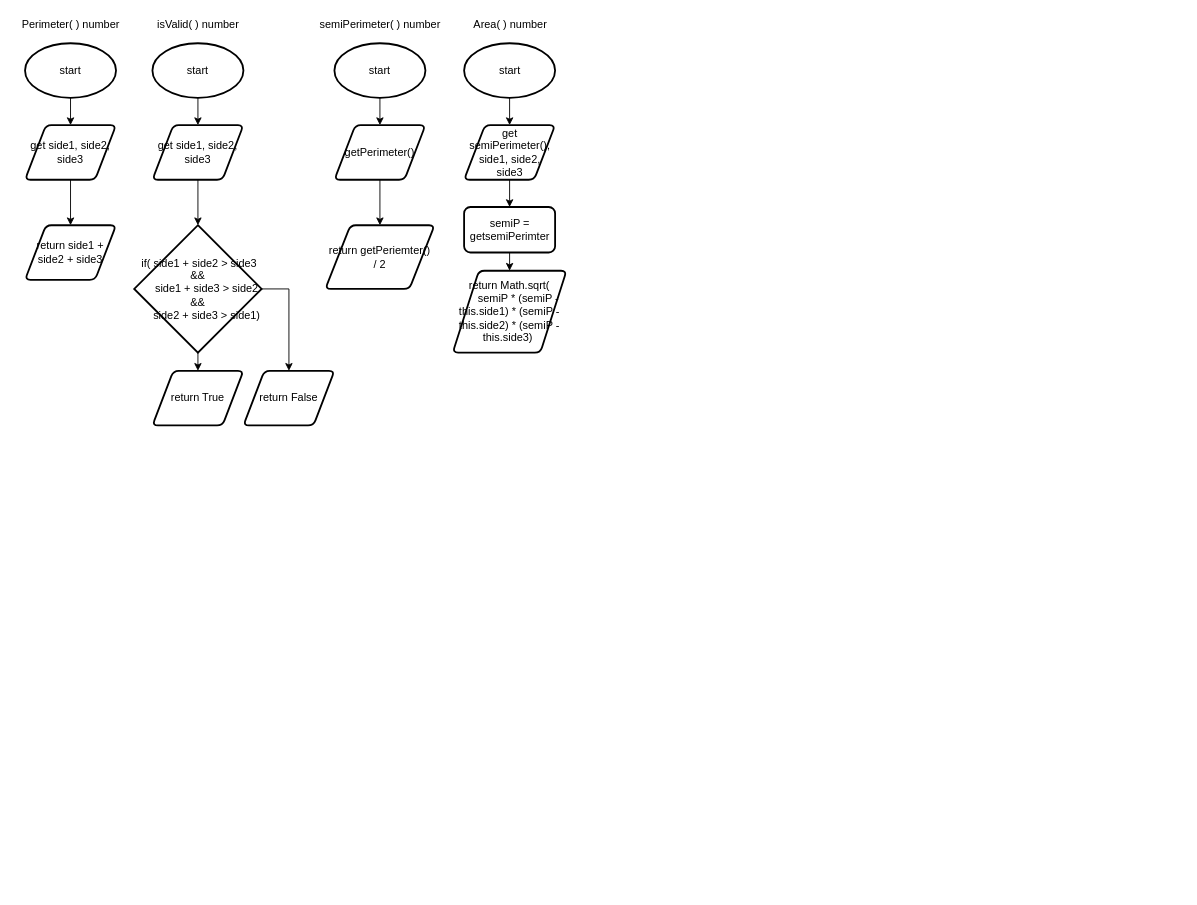
Earlier version of the draw.io diagram Drawio/methods.drawio (Peter-Gemmell/ics4u-Assignment3-typescript). Source tidied: cells renumbered, new cells numbered last; positions are measured from the earlier drawing's top-left corner, leaving out a move shared by most shapes. Both pictures are drawn from the tidied source at 91%, with x=0, y=0 at pixel (15, 15).
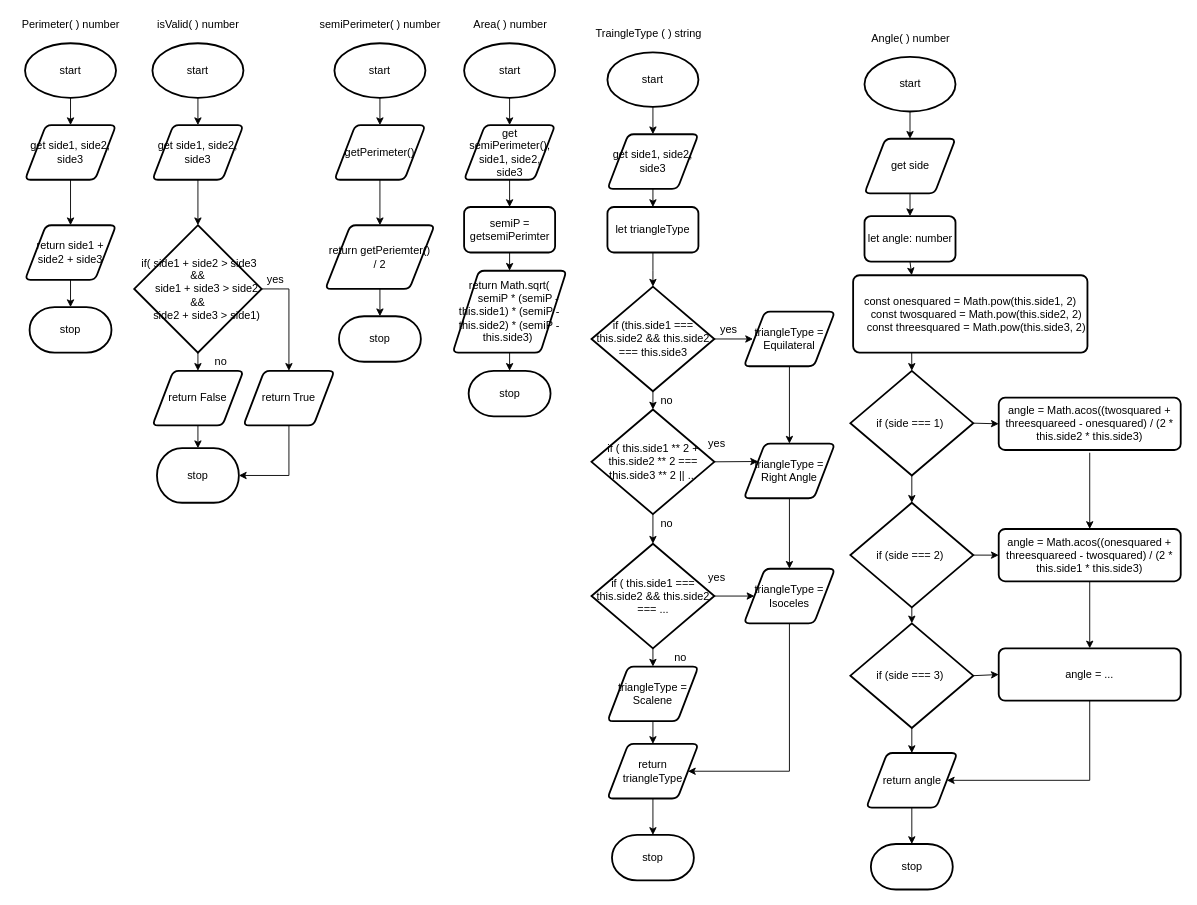
After the change.

Unchanged cells that the change refers to:
```xml
<mxCell id="7" value="return side1 + side2 + side3" style="shape=parallelogram;html=1;strokeWidth=2;perimeter=parallelogramPerimeter;whiteSpace=wrap;rounded=1;arcSize=12;size=0.23;" parent="1" vertex="1">
  <mxGeometry x="10" y="230" width="100" height="60" as="geometry" />
</mxCell>
<mxCell id="23" value="return getPeriemter() / 2" style="shape=parallelogram;html=1;strokeWidth=2;perimeter=parallelogramPerimeter;whiteSpace=wrap;rounded=1;arcSize=12;size=0.23;" parent="1" vertex="1">
  <mxGeometry x="340" y="230" width="120" height="70" as="geometry" />
</mxCell>
<mxCell id="29" value="return&amp;nbsp;&lt;span&gt;Math.sqrt(&lt;br&gt;&lt;/span&gt;&lt;span&gt;&amp;nbsp; &amp;nbsp; &amp;nbsp; semiP * (semiP - this.side1) * (semiP - this.side2) * (semiP - this.side3)&lt;/span&gt;&amp;nbsp;" style="shape=parallelogram;html=1;strokeWidth=2;perimeter=parallelogramPerimeter;whiteSpace=wrap;rounded=1;arcSize=12;size=0.23;" parent="1" vertex="1">
  <mxGeometry x="480" y="280" width="125" height="90" as="geometry" />
</mxCell>
```

The edit, as a diff of the source:
```diff
@@
+    <mxCell id="32" style="edgeStyle=none;html=1;exitX=0.5;exitY=1;exitDx=0;exitDy=0;entryX=0.5;entryY=0;entryDx=0;entryDy=0;entryPerimeter=0;" parent="1" edge="1" source="7" target="44">
+      <mxGeometry relative="1" as="geometry" />
+    </mxCell>
@@
+    <mxCell id="33" style="edgeStyle=none;html=1;exitX=0.5;exitY=1;exitDx=0;exitDy=0;entryX=0.5;entryY=0;entryDx=0;entryDy=0;entryPerimeter=0;" parent="1" edge="1" source="16" target="45">
+      <mxGeometry relative="1" as="geometry" />
+    </mxCell>
-    <mxCell id="16" value="return True" style="shape=parallelogram;html=1;strokeWidth=2;perimeter=parallelogramPerimeter;whiteSpace=wrap;rounded=1;arcSize=12;size=0.23;" parent="1" vertex="1">
+    <mxCell id="16" value="return False" style="shape=parallelogram;html=1;strokeWidth=2;perimeter=parallelogramPerimeter;whiteSpace=wrap;rounded=1;arcSize=12;size=0.23;" parent="1" vertex="1">
       <mxGeometry x="150" y="390" width="100" height="60" as="geometry" />
     </mxCell>
+    <mxCell id="34" style="edgeStyle=none;html=1;exitX=0.5;exitY=1;exitDx=0;exitDy=0;entryX=1;entryY=0.5;entryDx=0;entryDy=0;entryPerimeter=0;rounded=0;" parent="1" edge="1" source="17" target="45">
+      <mxGeometry relative="1" as="geometry">
+        <Array as="points">
+          <mxPoint x="300" y="505" />
+        </Array>
+      </mxGeometry>
+    </mxCell>
-    <mxCell id="17" value="return False" style="shape=parallelogram;html=1;strokeWidth=2;perimeter=parallelogramPerimeter;whiteSpace=wrap;rounded=1;arcSize=12;size=0.23;" parent="1" vertex="1">
+    <mxCell id="17" value="return True" style="shape=parallelogram;html=1;strokeWidth=2;perimeter=parallelogramPerimeter;whiteSpace=wrap;rounded=1;arcSize=12;size=0.23;" parent="1" vertex="1">
       <mxGeometry x="250" y="390" width="100" height="60" as="geometry" />
     </mxCell>
@@
+    <mxCell id="35" style="edgeStyle=none;rounded=0;html=1;exitX=0.5;exitY=1;exitDx=0;exitDy=0;entryX=0.5;entryY=0;entryDx=0;entryDy=0;entryPerimeter=0;" parent="1" edge="1" source="23" target="46">
+      <mxGeometry relative="1" as="geometry" />
+    </mxCell>
@@
+    <mxCell id="36" style="edgeStyle=none;rounded=0;html=1;exitX=0.5;exitY=1;exitDx=0;exitDy=0;entryX=0.5;entryY=0;entryDx=0;entryDy=0;entryPerimeter=0;" parent="1" edge="1" source="29" target="47">
+      <mxGeometry relative="1" as="geometry" />
+    </mxCell>
@@
+    <mxCell id="37" value="TraingleType ( ) string" style="text;html=1;align=center;verticalAlign=middle;strokeColor=none;fillColor=none;" parent="1" vertex="1">
+      <mxGeometry x="630" y="10" width="130" height="20" as="geometry" />
+    </mxCell>
+    <mxCell id="38" style="edgeStyle=none;html=1;exitX=0.5;exitY=1;exitDx=0;exitDy=0;exitPerimeter=0;entryX=0.5;entryY=0;entryDx=0;entryDy=0;" parent="1" edge="1" source="39" target="41">
+      <mxGeometry relative="1" as="geometry" />
+    </mxCell>
+    <mxCell id="39" value="start" style="strokeWidth=2;html=1;shape=mxgraph.flowchart.start_1;whiteSpace=wrap;" parent="1" vertex="1">
+      <mxGeometry x="650" y="40" width="100" height="60" as="geometry" />
+    </mxCell>
+    <mxCell id="40" style="edgeStyle=none;rounded=0;html=1;exitX=0.5;exitY=1;exitDx=0;exitDy=0;entryX=0.5;entryY=0;entryDx=0;entryDy=0;" parent="1" edge="1" source="41" target="43">
+      <mxGeometry relative="1" as="geometry" />
+    </mxCell>
+    <mxCell id="41" value="get side1, side2, side3" style="shape=parallelogram;html=1;strokeWidth=2;perimeter=parallelogramPerimeter;whiteSpace=wrap;rounded=1;arcSize=12;size=0.23;" parent="1" vertex="1">
+      <mxGeometry x="650" y="130" width="100" height="60" as="geometry" />
+    </mxCell>
+    <mxCell id="42" style="edgeStyle=none;rounded=0;html=1;exitX=0.5;exitY=1;exitDx=0;exitDy=0;entryX=0.5;entryY=0;entryDx=0;entryDy=0;entryPerimeter=0;" parent="1" edge="1" source="43" target="50">
+      <mxGeometry relative="1" as="geometry">
+        <Array as="points">
+          <mxPoint x="700" y="280" />
+        </Array>
+      </mxGeometry>
+    </mxCell>
+    <mxCell id="43" value="let triangleType" style="rounded=1;whiteSpace=wrap;html=1;absoluteArcSize=1;arcSize=14;strokeWidth=2;" parent="1" vertex="1">
+      <mxGeometry x="650" y="210" width="100" height="50" as="geometry" />
+    </mxCell>
+    <mxCell id="44" value="stop" style="strokeWidth=2;html=1;shape=mxgraph.flowchart.terminator;whiteSpace=wrap;" parent="1" vertex="1">
+      <mxGeometry x="15" y="320" width="90" height="50" as="geometry" />
+    </mxCell>
+    <mxCell id="45" value="stop" style="strokeWidth=2;html=1;shape=mxgraph.flowchart.terminator;whiteSpace=wrap;" parent="1" vertex="1">
+      <mxGeometry x="155" y="475" width="90" height="60" as="geometry" />
+    </mxCell>
+    <mxCell id="46" value="stop" style="strokeWidth=2;html=1;shape=mxgraph.flowchart.terminator;whiteSpace=wrap;" parent="1" vertex="1">
+      <mxGeometry x="355" y="330" width="90" height="50" as="geometry" />
+    </mxCell>
+    <mxCell id="47" value="stop" style="strokeWidth=2;html=1;shape=mxgraph.flowchart.terminator;whiteSpace=wrap;" parent="1" vertex="1">
+      <mxGeometry x="497.5" y="390" width="90" height="50" as="geometry" />
+    </mxCell>
+    <mxCell id="48" style="edgeStyle=none;rounded=0;html=1;exitX=1;exitY=0.5;exitDx=0;exitDy=0;exitPerimeter=0;" parent="1" edge="1" source="50">
+      <mxGeometry relative="1" as="geometry">
+        <mxPoint x="810" y="355" as="targetPoint" />
+      </mxGeometry>
+    </mxCell>
+    <mxCell id="49" style="edgeStyle=none;rounded=0;html=1;exitX=0.5;exitY=1;exitDx=0;exitDy=0;exitPerimeter=0;entryX=0.5;entryY=0;entryDx=0;entryDy=0;entryPerimeter=0;" parent="1" edge="1" source="50" target="55">
+      <mxGeometry relative="1" as="geometry" />
+    </mxCell>
+    <mxCell id="50" value="if (this.side1 === this.side2 &amp;amp;&amp;amp; this.side2 === this.side3" style="strokeWidth=2;html=1;shape=mxgraph.flowchart.decision;whiteSpace=wrap;" parent="1" vertex="1">
+      <mxGeometry x="632.5" y="297.5" width="135" height="115" as="geometry" />
+    </mxCell>
+    <mxCell id="51" style="edgeStyle=none;rounded=0;html=1;exitX=0.5;exitY=1;exitDx=0;exitDy=0;entryX=0.5;entryY=0;entryDx=0;entryDy=0;" parent="1" edge="1" source="52" target="61">
+      <mxGeometry relative="1" as="geometry" />
+    </mxCell>
+    <mxCell id="52" value="triangleType = Equilateral" style="shape=parallelogram;html=1;strokeWidth=2;perimeter=parallelogramPerimeter;whiteSpace=wrap;rounded=1;arcSize=12;size=0.23;" parent="1" vertex="1">
+      <mxGeometry x="800" y="325" width="100" height="60" as="geometry" />
+    </mxCell>
+    <mxCell id="53" style="edgeStyle=none;rounded=0;html=1;exitX=1;exitY=0.5;exitDx=0;exitDy=0;exitPerimeter=0;entryX=0;entryY=0.25;entryDx=0;entryDy=0;" parent="1" edge="1" source="55" target="61">
+      <mxGeometry relative="1" as="geometry" />
+    </mxCell>
+    <mxCell id="54" style="edgeStyle=none;rounded=0;html=1;exitX=0.5;exitY=1;exitDx=0;exitDy=0;exitPerimeter=0;entryX=0.5;entryY=0;entryDx=0;entryDy=0;entryPerimeter=0;" parent="1" edge="1" source="55" target="66">
+      <mxGeometry relative="1" as="geometry" />
+    </mxCell>
+    <mxCell id="55" value="if ( this.side1 ** 2 + this.side2 ** 2 === this.side3 ** 2 || ..." style="strokeWidth=2;html=1;shape=mxgraph.flowchart.decision;whiteSpace=wrap;" parent="1" vertex="1">
+      <mxGeometry x="632.5" y="432.5" width="135" height="115" as="geometry" />
+    </mxCell>
+    <mxCell id="56" value="yes" style="text;html=1;align=center;verticalAlign=middle;strokeColor=none;fillColor=none;" parent="1" vertex="1">
+      <mxGeometry x="270" y="280" width="30" height="20" as="geometry" />
+    </mxCell>
+    <mxCell id="57" value="no" style="text;html=1;align=center;verticalAlign=middle;strokeColor=none;fillColor=none;" parent="1" vertex="1">
+      <mxGeometry x="210" y="370" width="30" height="20" as="geometry" />
+    </mxCell>
+    <mxCell id="58" value="no" style="text;html=1;align=center;verticalAlign=middle;strokeColor=none;fillColor=none;" parent="1" vertex="1">
+      <mxGeometry x="700" y="412.5" width="30" height="20" as="geometry" />
+    </mxCell>
+    <mxCell id="59" value="yes" style="text;html=1;align=center;verticalAlign=middle;strokeColor=none;fillColor=none;" parent="1" vertex="1">
+      <mxGeometry x="767.5" y="335" width="30" height="20" as="geometry" />
+    </mxCell>
+    <mxCell id="60" style="edgeStyle=none;rounded=0;html=1;exitX=0.5;exitY=1;exitDx=0;exitDy=0;entryX=0.5;entryY=0;entryDx=0;entryDy=0;" parent="1" edge="1" source="61" target="68">
+      <mxGeometry relative="1" as="geometry" />
+    </mxCell>
+    <mxCell id="61" value="triangleType = Right Angle" style="shape=parallelogram;html=1;strokeWidth=2;perimeter=parallelogramPerimeter;whiteSpace=wrap;rounded=1;arcSize=12;size=0.23;" parent="1" vertex="1">
+      <mxGeometry x="800" y="470" width="100" height="60" as="geometry" />
+    </mxCell>
+    <mxCell id="62" value="yes" style="text;html=1;align=center;verticalAlign=middle;strokeColor=none;fillColor=none;" parent="1" vertex="1">
+      <mxGeometry x="755" y="460" width="30" height="20" as="geometry" />
+    </mxCell>
+    <mxCell id="63" value="no" style="text;html=1;align=center;verticalAlign=middle;strokeColor=none;fillColor=none;" parent="1" vertex="1">
+      <mxGeometry x="700" y="547.5" width="30" height="20" as="geometry" />
+    </mxCell>
+    <mxCell id="64" style="edgeStyle=none;rounded=0;html=1;exitX=1;exitY=0.5;exitDx=0;exitDy=0;exitPerimeter=0;entryX=0;entryY=0.5;entryDx=0;entryDy=0;" parent="1" edge="1" source="66" target="68">
+      <mxGeometry relative="1" as="geometry" />
+    </mxCell>
+    <mxCell id="65" style="edgeStyle=none;rounded=0;html=1;exitX=0.5;exitY=1;exitDx=0;exitDy=0;exitPerimeter=0;entryX=0.5;entryY=0;entryDx=0;entryDy=0;" parent="1" edge="1" source="66" target="70">
+      <mxGeometry relative="1" as="geometry" />
+    </mxCell>
+    <mxCell id="66" value="if ( this.side1 === this.side2 &amp;amp;&amp;amp; this.side2 === ..." style="strokeWidth=2;html=1;shape=mxgraph.flowchart.decision;whiteSpace=wrap;" parent="1" vertex="1">
+      <mxGeometry x="632.5" y="580" width="135" height="115" as="geometry" />
+    </mxCell>
+    <mxCell id="67" style="edgeStyle=none;rounded=0;html=1;exitX=0.5;exitY=1;exitDx=0;exitDy=0;entryX=1;entryY=0.5;entryDx=0;entryDy=0;" parent="1" edge="1" source="68" target="93">
+      <mxGeometry relative="1" as="geometry">
+        <Array as="points">
+          <mxPoint x="850" y="830" />
+        </Array>
+      </mxGeometry>
+    </mxCell>
+    <mxCell id="68" value="triangleType = Isoceles" style="shape=parallelogram;html=1;strokeWidth=2;perimeter=parallelogramPerimeter;whiteSpace=wrap;rounded=1;arcSize=12;size=0.23;" parent="1" vertex="1">
+      <mxGeometry x="800" y="607.5" width="100" height="60" as="geometry" />
+    </mxCell>
+    <mxCell id="69" style="edgeStyle=none;rounded=0;html=1;exitX=0.5;exitY=1;exitDx=0;exitDy=0;entryX=0.5;entryY=0;entryDx=0;entryDy=0;" parent="1" edge="1" source="70" target="93">
+      <mxGeometry relative="1" as="geometry" />
+    </mxCell>
+    <mxCell id="70" value="triangleType = Scalene" style="shape=parallelogram;html=1;strokeWidth=2;perimeter=parallelogramPerimeter;whiteSpace=wrap;rounded=1;arcSize=12;size=0.23;" parent="1" vertex="1">
+      <mxGeometry x="650" y="715" width="100" height="60" as="geometry" />
+    </mxCell>
+    <mxCell id="71" style="edgeStyle=none;rounded=0;html=1;" parent="1" edge="1" source="72" target="70">
+      <mxGeometry relative="1" as="geometry" />
+    </mxCell>
+    <mxCell id="72" value="no" style="text;html=1;align=center;verticalAlign=middle;points=[];strokeColor=none;fillColor=none;" parent="1" vertex="1">
+      <mxGeometry x="715" y="695" width="30" height="20" as="geometry" />
+    </mxCell>
+    <mxCell id="73" value="yes" style="text;html=1;align=center;verticalAlign=middle;strokeColor=none;fillColor=none;" parent="1" vertex="1">
+      <mxGeometry x="755" y="607.5" width="30" height="20" as="geometry" />
+    </mxCell>
+    <mxCell id="74" value="stop" style="strokeWidth=2;html=1;shape=mxgraph.flowchart.terminator;whiteSpace=wrap;" parent="1" vertex="1">
+      <mxGeometry x="655" y="900" width="90" height="50" as="geometry" />
+    </mxCell>
+    <mxCell id="75" value="Angle( ) number" style="text;html=1;align=center;verticalAlign=middle;strokeColor=none;fillColor=none;" parent="1" vertex="1">
+      <mxGeometry x="932.5" y="15" width="100" height="20" as="geometry" />
+    </mxCell>
+    <mxCell id="76" style="edgeStyle=none;html=1;exitX=0.5;exitY=1;exitDx=0;exitDy=0;exitPerimeter=0;entryX=0.5;entryY=0;entryDx=0;entryDy=0;" parent="1" edge="1" source="77" target="79">
+      <mxGeometry relative="1" as="geometry" />
+    </mxCell>
+    <mxCell id="77" value="start" style="strokeWidth=2;html=1;shape=mxgraph.flowchart.start_1;whiteSpace=wrap;" parent="1" vertex="1">
+      <mxGeometry x="932.5" y="45" width="100" height="60" as="geometry" />
+    </mxCell>
+    <mxCell id="78" style="edgeStyle=none;rounded=0;html=1;exitX=0.5;exitY=1;exitDx=0;exitDy=0;entryX=0.5;entryY=0;entryDx=0;entryDy=0;" parent="1" edge="1" source="79" target="81">
+      <mxGeometry relative="1" as="geometry" />
+    </mxCell>
+    <mxCell id="79" value="get side" style="shape=parallelogram;html=1;strokeWidth=2;perimeter=parallelogramPerimeter;whiteSpace=wrap;rounded=1;arcSize=12;size=0.23;" parent="1" vertex="1">
+      <mxGeometry x="932.5" y="135" width="100" height="60" as="geometry" />
+    </mxCell>
+    <mxCell id="80" style="edgeStyle=none;rounded=0;html=1;exitX=0.5;exitY=1;exitDx=0;exitDy=0;entryX=0.25;entryY=0;entryDx=0;entryDy=0;" parent="1" edge="1" source="81" target="83">
+      <mxGeometry relative="1" as="geometry" />
+    </mxCell>
+    <mxCell id="81" value="let angle: number" style="rounded=1;whiteSpace=wrap;html=1;absoluteArcSize=1;arcSize=14;strokeWidth=2;" parent="1" vertex="1">
+      <mxGeometry x="932.5" y="220" width="100" height="50" as="geometry" />
+    </mxCell>
+    <mxCell id="82" style="edgeStyle=none;rounded=0;html=1;exitX=0.25;exitY=1;exitDx=0;exitDy=0;entryX=0.5;entryY=0;entryDx=0;entryDy=0;entryPerimeter=0;" parent="1" edge="1" source="83" target="86">
+      <mxGeometry relative="1" as="geometry" />
+    </mxCell>
+    <mxCell id="83" value="&lt;div&gt;const onesquared = Math.pow(this.side1, 2)&lt;/div&gt;&lt;div&gt;&amp;nbsp; &amp;nbsp; const twosquared = Math.pow(this.side2, 2)&lt;/div&gt;&lt;div&gt;&amp;nbsp; &amp;nbsp; const threesquared = Math.pow(this.side3, 2)&lt;/div&gt;" style="rounded=1;whiteSpace=wrap;html=1;absoluteArcSize=1;arcSize=14;strokeWidth=2;" parent="1" vertex="1">
+      <mxGeometry x="920" y="285" width="257.5" height="85" as="geometry" />
+    </mxCell>
+    <mxCell id="84" style="edgeStyle=none;rounded=0;html=1;exitX=1;exitY=0.5;exitDx=0;exitDy=0;exitPerimeter=0;entryX=0;entryY=0.5;entryDx=0;entryDy=0;" parent="1" edge="1" source="86" target="88">
+      <mxGeometry relative="1" as="geometry" />
+    </mxCell>
+    <mxCell id="85" style="edgeStyle=none;rounded=0;html=1;exitX=0.5;exitY=1;exitDx=0;exitDy=0;exitPerimeter=0;entryX=0.5;entryY=0;entryDx=0;entryDy=0;entryPerimeter=0;" parent="1" edge="1" source="86" target="91">
+      <mxGeometry relative="1" as="geometry" />
+    </mxCell>
+    <mxCell id="86" value="if (side === 1)&amp;nbsp;" style="strokeWidth=2;html=1;shape=mxgraph.flowchart.decision;whiteSpace=wrap;" parent="1" vertex="1">
+      <mxGeometry x="917" y="390" width="135" height="115" as="geometry" />
+    </mxCell>
+    <mxCell id="87" style="edgeStyle=none;rounded=0;html=1;entryX=0.5;entryY=0;entryDx=0;entryDy=0;" parent="1" edge="1" target="95">
+      <mxGeometry relative="1" as="geometry">
+        <mxPoint x="1180" y="480" as="sourcePoint" />
+      </mxGeometry>
+    </mxCell>
+    <mxCell id="88" value="angle = Math.acos((twosquared + threesquareed - onesquared) / (2 * this.side2 * this.side3)" style="rounded=1;whiteSpace=wrap;html=1;absoluteArcSize=1;arcSize=14;strokeWidth=2;" parent="1" vertex="1">
+      <mxGeometry x="1080" y="419.5" width="200" height="57.5" as="geometry" />
+    </mxCell>
+    <mxCell id="89" style="edgeStyle=none;rounded=0;html=1;exitX=1;exitY=0.5;exitDx=0;exitDy=0;exitPerimeter=0;entryX=0;entryY=0.5;entryDx=0;entryDy=0;" parent="1" edge="1" source="91" target="95">
+      <mxGeometry relative="1" as="geometry" />
+    </mxCell>
+    <mxCell id="90" style="edgeStyle=none;rounded=0;html=1;exitX=0.5;exitY=1;exitDx=0;exitDy=0;exitPerimeter=0;entryX=0.5;entryY=0;entryDx=0;entryDy=0;entryPerimeter=0;" parent="1" edge="1" source="91" target="98">
+      <mxGeometry relative="1" as="geometry" />
+    </mxCell>
+    <mxCell id="91" value="if (side === 2)&amp;nbsp;" style="strokeWidth=2;html=1;shape=mxgraph.flowchart.decision;whiteSpace=wrap;" parent="1" vertex="1">
+      <mxGeometry x="917" y="535" width="135" height="115" as="geometry" />
+    </mxCell>
+    <mxCell id="92" style="edgeStyle=none;rounded=0;html=1;exitX=0.5;exitY=1;exitDx=0;exitDy=0;entryX=0.5;entryY=0;entryDx=0;entryDy=0;entryPerimeter=0;" parent="1" edge="1" source="93" target="74">
+      <mxGeometry relative="1" as="geometry" />
+    </mxCell>
+    <mxCell id="93" value="return triangleType" style="shape=parallelogram;html=1;strokeWidth=2;perimeter=parallelogramPerimeter;whiteSpace=wrap;rounded=1;arcSize=12;size=0.23;" parent="1" vertex="1">
+      <mxGeometry x="650" y="800" width="100" height="60" as="geometry" />
+    </mxCell>
+    <mxCell id="94" style="edgeStyle=none;rounded=0;html=1;exitX=0.5;exitY=1;exitDx=0;exitDy=0;entryX=0.5;entryY=0;entryDx=0;entryDy=0;" parent="1" edge="1" source="95" target="100">
+      <mxGeometry relative="1" as="geometry" />
+    </mxCell>
+    <mxCell id="95" value="angle = Math.acos((onesquared + threesquareed - twosquared) / (2 * this.side1 * this.side3)" style="rounded=1;whiteSpace=wrap;html=1;absoluteArcSize=1;arcSize=14;strokeWidth=2;" parent="1" vertex="1">
+      <mxGeometry x="1080" y="563.8" width="200" height="57.5" as="geometry" />
+    </mxCell>
+    <mxCell id="96" style="edgeStyle=none;rounded=0;html=1;exitX=1;exitY=0.5;exitDx=0;exitDy=0;exitPerimeter=0;entryX=0;entryY=0.5;entryDx=0;entryDy=0;" parent="1" edge="1" source="98" target="100">
+      <mxGeometry relative="1" as="geometry" />
+    </mxCell>
+    <mxCell id="97" style="edgeStyle=none;rounded=0;html=1;exitX=0.5;exitY=1;exitDx=0;exitDy=0;exitPerimeter=0;entryX=0.5;entryY=0;entryDx=0;entryDy=0;" parent="1" edge="1" source="98" target="102">
+      <mxGeometry relative="1" as="geometry" />
+    </mxCell>
+    <mxCell id="98" value="if (side === 3)&amp;nbsp;" style="strokeWidth=2;html=1;shape=mxgraph.flowchart.decision;whiteSpace=wrap;" parent="1" vertex="1">
+      <mxGeometry x="917" y="667.5" width="135" height="115" as="geometry" />
+    </mxCell>
+    <mxCell id="99" style="edgeStyle=none;rounded=0;html=1;exitX=0.5;exitY=1;exitDx=0;exitDy=0;entryX=1;entryY=0.5;entryDx=0;entryDy=0;" parent="1" edge="1" source="100" target="102">
+      <mxGeometry relative="1" as="geometry">
+        <Array as="points">
+          <mxPoint x="1180" y="840" />
+        </Array>
+      </mxGeometry>
+    </mxCell>
+    <mxCell id="100" value="angle = ..." style="rounded=1;whiteSpace=wrap;html=1;absoluteArcSize=1;arcSize=14;strokeWidth=2;" parent="1" vertex="1">
+      <mxGeometry x="1080" y="695" width="200" height="57.5" as="geometry" />
+    </mxCell>
+    <mxCell id="101" style="edgeStyle=none;rounded=0;html=1;exitX=0.5;exitY=1;exitDx=0;exitDy=0;entryX=0.5;entryY=0;entryDx=0;entryDy=0;entryPerimeter=0;" parent="1" edge="1" source="102" target="103">
+      <mxGeometry relative="1" as="geometry" />
+    </mxCell>
+    <mxCell id="102" value="return angle" style="shape=parallelogram;html=1;strokeWidth=2;perimeter=parallelogramPerimeter;whiteSpace=wrap;rounded=1;arcSize=12;size=0.23;" parent="1" vertex="1">
+      <mxGeometry x="934.5" y="810" width="100" height="60" as="geometry" />
+    </mxCell>
+    <mxCell id="103" value="stop" style="strokeWidth=2;html=1;shape=mxgraph.flowchart.terminator;whiteSpace=wrap;" parent="1" vertex="1">
+      <mxGeometry x="939.5" y="910" width="90" height="50" as="geometry" />
+    </mxCell>
```
